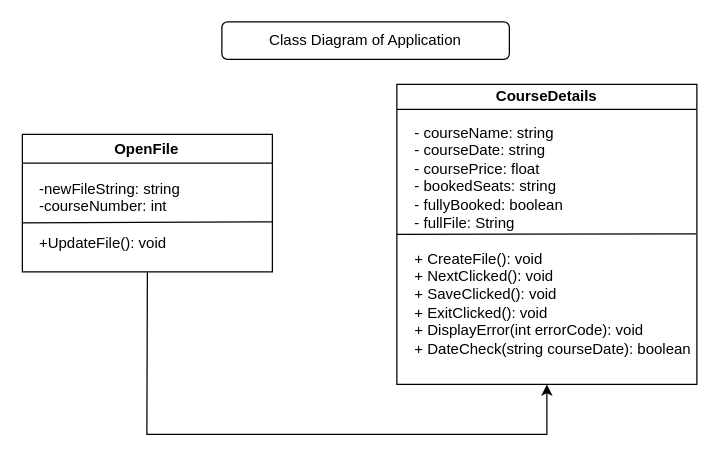
Above: class diagram of app.drawio in AlenKrga/CourseBookingDFD (draw.io), before the change. Source tidied: cells renumbered, new cells numbered last; positions are measured from the earlier drawing's top-left corner, leaving out a move shared by most shapes. Both pictures are drawn from the tidied source at 125%, with x=0, y=0 at pixel (21, 21).
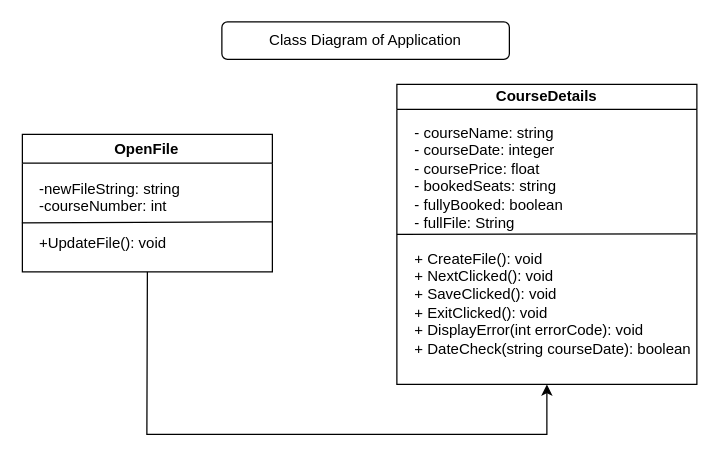
Above is the later version.

What changed in the source:
```diff
@@
 <mxGraphModel>
   <root>
     <mxCell id="0" />
     <mxCell id="1" parent="0" />
     <mxCell id="2" value="CourseDetails" style="swimlane;whiteSpace=wrap;html=1;startSize=20;" parent="1" vertex="1">
       <mxGeometry x="300" y="50" width="240" height="240" as="geometry" />
     </mxCell>
-    <mxCell id="3" value="&lt;div style=&quot;text-align: left;&quot;&gt;&lt;span style=&quot;background-color: initial;&quot;&gt;- courseName: string&lt;/span&gt;&lt;/div&gt;&lt;div style=&quot;text-align: left;&quot;&gt;&lt;span style=&quot;background-color: initial;&quot;&gt;- courseDate: string&lt;/span&gt;&lt;/div&gt;&lt;div style=&quot;text-align: left;&quot;&gt;&lt;span style=&quot;background-color: initial;&quot;&gt;- coursePrice: float&lt;/span&gt;&lt;/div&gt;&lt;div style=&quot;text-align: left;&quot;&gt;&lt;span style=&quot;background-color: initial;&quot;&gt;- bookedSeats: string&lt;/span&gt;&lt;/div&gt;&lt;div style=&quot;text-align: left;&quot;&gt;&lt;span style=&quot;background-color: initial;&quot;&gt;- fullyBooked: boolean&lt;/span&gt;&lt;/div&gt;&lt;div style=&quot;text-align: left;&quot;&gt;&lt;span style=&quot;background-color: initial;&quot;&gt;- fullFile: String&lt;/span&gt;&lt;/div&gt;&lt;div style=&quot;text-align: left;&quot;&gt;&lt;br&gt;&lt;/div&gt;&lt;div style=&quot;text-align: left;&quot;&gt;&lt;span style=&quot;background-color: initial;&quot;&gt;+ CreateFile(): void&lt;/span&gt;&lt;/div&gt;&lt;div style=&quot;text-align: left;&quot;&gt;&lt;span style=&quot;background-color: initial;&quot;&gt;+ NextClicked(): void&lt;/span&gt;&lt;/div&gt;&lt;div style=&quot;text-align: left;&quot;&gt;&lt;span style=&quot;background-color: initial;&quot;&gt;+ SaveClicked(): void&lt;/span&gt;&lt;/div&gt;&lt;div style=&quot;text-align: left;&quot;&gt;&lt;span style=&quot;background-color: initial;&quot;&gt;+ ExitClicked(): void&lt;/span&gt;&lt;/div&gt;&lt;div style=&quot;text-align: left;&quot;&gt;&lt;span style=&quot;background-color: initial;&quot;&gt;+ DisplayError(int errorCode): void&lt;/span&gt;&lt;/div&gt;&lt;div style=&quot;text-align: left;&quot;&gt;&lt;span style=&quot;background-color: initial;&quot;&gt;+ DateCheck(string courseDate): boolean&lt;/span&gt;&lt;/div&gt;" style="text;html=1;strokeColor=none;fillColor=none;align=center;verticalAlign=middle;whiteSpace=wrap;rounded=0;" parent="2" vertex="1">
+    <mxCell id="3" value="&lt;div style=&quot;text-align: left;&quot;&gt;&lt;span style=&quot;background-color: initial;&quot;&gt;- courseName: string&lt;/span&gt;&lt;/div&gt;&lt;div style=&quot;text-align: left;&quot;&gt;&lt;span style=&quot;background-color: initial;&quot;&gt;- courseDate: integer&lt;/span&gt;&lt;/div&gt;&lt;div style=&quot;text-align: left;&quot;&gt;&lt;span style=&quot;background-color: initial;&quot;&gt;- coursePrice: float&lt;/span&gt;&lt;/div&gt;&lt;div style=&quot;text-align: left;&quot;&gt;&lt;span style=&quot;background-color: initial;&quot;&gt;- bookedSeats: string&lt;/span&gt;&lt;/div&gt;&lt;div style=&quot;text-align: left;&quot;&gt;&lt;span style=&quot;background-color: initial;&quot;&gt;- fullyBooked: boolean&lt;/span&gt;&lt;/div&gt;&lt;div style=&quot;text-align: left;&quot;&gt;&lt;span style=&quot;background-color: initial;&quot;&gt;- fullFile: String&lt;/span&gt;&lt;/div&gt;&lt;div style=&quot;text-align: left;&quot;&gt;&lt;br&gt;&lt;/div&gt;&lt;div style=&quot;text-align: left;&quot;&gt;&lt;span style=&quot;background-color: initial;&quot;&gt;+ CreateFile(): void&lt;/span&gt;&lt;/div&gt;&lt;div style=&quot;text-align: left;&quot;&gt;&lt;span style=&quot;background-color: initial;&quot;&gt;+ NextClicked(): void&lt;/span&gt;&lt;/div&gt;&lt;div style=&quot;text-align: left;&quot;&gt;&lt;span style=&quot;background-color: initial;&quot;&gt;+ SaveClicked(): void&lt;/span&gt;&lt;/div&gt;&lt;div style=&quot;text-align: left;&quot;&gt;&lt;span style=&quot;background-color: initial;&quot;&gt;+ ExitClicked(): void&lt;/span&gt;&lt;/div&gt;&lt;div style=&quot;text-align: left;&quot;&gt;&lt;span style=&quot;background-color: initial;&quot;&gt;+ DisplayError(int errorCode): void&lt;/span&gt;&lt;/div&gt;&lt;div style=&quot;text-align: left;&quot;&gt;&lt;span style=&quot;background-color: initial;&quot;&gt;+ DateCheck(string courseDate): boolean&lt;/span&gt;&lt;/div&gt;" style="text;html=1;strokeColor=none;fillColor=none;align=center;verticalAlign=middle;whiteSpace=wrap;rounded=0;" parent="2" vertex="1">
       <mxGeometry x="10" y="110" width="230" height="30" as="geometry" />
     </mxCell>
     <mxCell id="4" style="endArrow=none;html=1;rounded=0;exitX=0.997;exitY=0.319;exitDx=0;exitDy=0;entryX=0;entryY=0.5;entryDx=0;entryDy=0;exitPerimeter=0;" parent="2" edge="1" source="3" target="2">
       <mxGeometry relative="1" as="geometry" />
     </mxCell>
     <mxCell id="5" value="OpenFile" style="swimlane;whiteSpace=wrap;html=1;" parent="1" vertex="1">
       <mxGeometry x="0.4" y="90" width="200" height="110" as="geometry" />
     </mxCell>
     <mxCell id="6" value="&lt;div style=&quot;text-align: left;&quot;&gt;-newFileString: string&lt;/div&gt;&lt;div style=&quot;text-align: left;&quot;&gt;-courseNumber: int&lt;/div&gt;&lt;div style=&quot;text-align: left;&quot;&gt;&lt;br&gt;&lt;/div&gt;&lt;div style=&quot;text-align: left;&quot;&gt;+UpdateFile(): void&lt;/div&gt;" style="text;html=1;align=center;verticalAlign=middle;points=[];strokeColor=none;fillColor=none;" parent="5" vertex="1">
       <mxGeometry y="30" width="140" height="70" as="geometry" />
     </mxCell>
     <mxCell id="7" style="endArrow=none;html=1;rounded=0;exitX=-0.003;exitY=0.583;exitDx=0;exitDy=0;exitPerimeter=0;" parent="1" edge="1" source="6">
       <mxGeometry relative="1" as="geometry">
         <mxPoint x="200.4" y="160" as="targetPoint" />
       </mxGeometry>
     </mxCell>
     <mxCell id="8" style="endArrow=classic;html=1;rounded=0;entryX=0.5;entryY=1;entryDx=0;entryDy=0;exitX=0.5;exitY=1;exitDx=0;exitDy=0;" parent="1" edge="1" source="5" target="2">
       <mxGeometry relative="1" as="geometry">
         <Array as="points">
           <mxPoint x="100" y="330" />
           <mxPoint x="420" y="330" />
         </Array>
       </mxGeometry>
     </mxCell>
     <mxCell id="9" value="Class Diagram of Application" style="rounded=1;whiteSpace=wrap;html=1;" parent="1" vertex="1">
       <mxGeometry x="160" width="230" height="30" as="geometry" />
     </mxCell>
   </root>
 </mxGraphModel>
```
